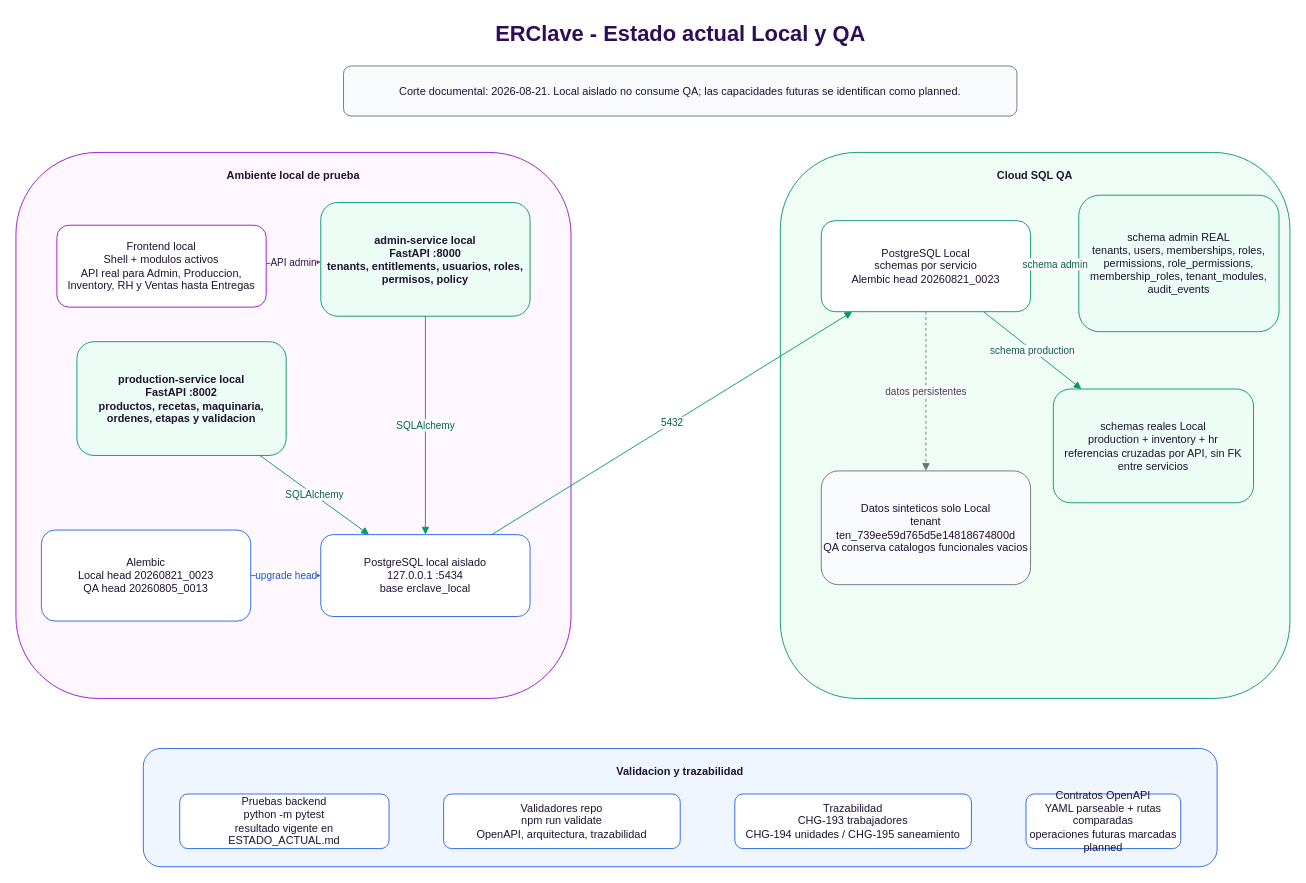
Above: docs/arquitectura/diagramas/estado_actual_backend_mvp.drawio in ChemaPsan/eslaclave-erclave (draw.io), before the change. Source tidied: cells renumbered, new cells numbered last; positions are measured from the earlier drawing's top-left corner, leaving out a move shared by most shapes. Both pictures are drawn from the tidied source at 91%, with x=0, y=0 at pixel (15, 15).
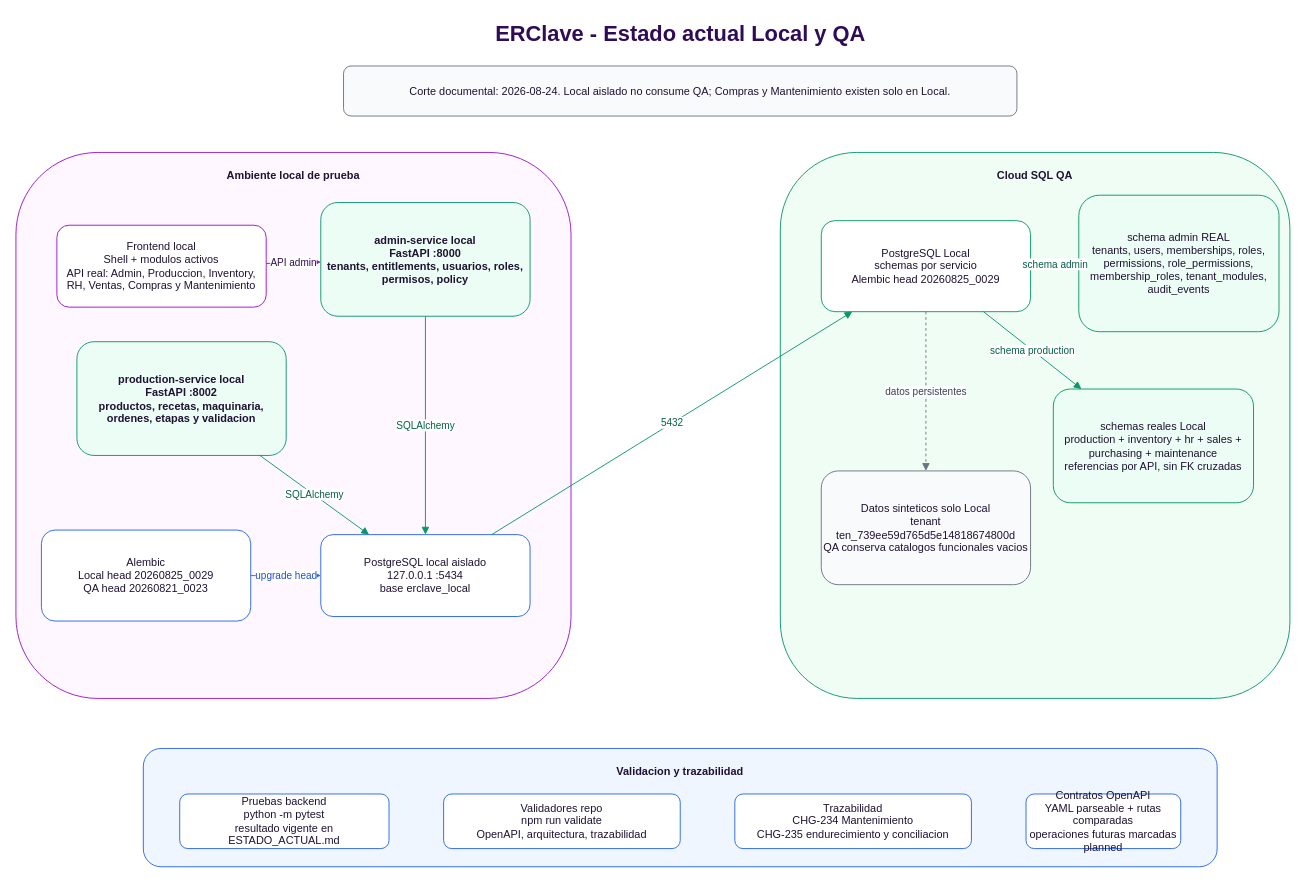
Above is the later version.

Diff of the diagram source:
```diff
@@
-    <mxCell id="3" value="Corte documental: 2026-08-21. Local aislado no consume QA; las capacidades futuras se identifican como planned." style="rounded=1;whiteSpace=wrap;html=1;fillColor=#F9FAFB;strokeColor=#6B7280;fontColor=#1F1233;align=center;spacing=10;" parent="1" vertex="1">
+    <mxCell id="3" value="Corte documental: 2026-08-24. Local aislado no consume QA; Compras y Mantenimiento existen solo en Local." style="rounded=1;whiteSpace=wrap;html=1;fillColor=#F9FAFB;strokeColor=#6B7280;fontColor=#1F1233;align=center;spacing=10;" parent="1" vertex="1">
       <mxGeometry x="360" y="55" width="740" height="55" as="geometry" />
     </mxCell>
@@
-    <mxCell id="7" value="Frontend local&#10;Shell + modulos activos&#10;API real para Admin, Produccion, Inventory, RH y Ventas hasta Entregas" style="rounded=1;whiteSpace=wrap;html=1;fillColor=#FFFFFF;strokeColor=#9B0FC9;fontColor=#1F1233;" parent="1" vertex="1">
+    <mxCell id="7" value="Frontend local&#10;Shell + modulos activos&#10;API real: Admin, Produccion, Inventory, RH, Ventas, Compras y Mantenimiento" style="rounded=1;whiteSpace=wrap;html=1;fillColor=#FFFFFF;strokeColor=#9B0FC9;fontColor=#1F1233;" parent="1" vertex="1">
       <mxGeometry x="45" y="230" width="230" height="90" as="geometry" />
     </mxCell>
@@
-    <mxCell id="11" value="PostgreSQL Local&#10;schemas por servicio&#10;Alembic head 20260821_0023" style="rounded=1;whiteSpace=wrap;html=1;fillColor=#FFFFFF;strokeColor=#059669;fontColor=#1F1233;" parent="1" vertex="1">
+    <mxCell id="11" value="PostgreSQL Local&#10;schemas por servicio&#10;Alembic head 20260825_0029" style="rounded=1;whiteSpace=wrap;html=1;fillColor=#FFFFFF;strokeColor=#059669;fontColor=#1F1233;" parent="1" vertex="1">
       <mxGeometry x="885" y="225" width="230" height="100" as="geometry" />
     </mxCell>
@@
-    <mxCell id="13" value="schemas reales Local&#10;production + inventory + hr&#10;referencias cruzadas por API, sin FK entre servicios" style="rounded=1;whiteSpace=wrap;html=1;fillColor=#ECFDF5;strokeColor=#059669;fontColor=#1F1233;" parent="1" vertex="1">
+    <mxCell id="13" value="schemas reales Local&#10;production + inventory + hr + sales + purchasing + maintenance&#10;referencias por API, sin FK cruzadas" style="rounded=1;whiteSpace=wrap;html=1;fillColor=#ECFDF5;strokeColor=#059669;fontColor=#1F1233;" parent="1" vertex="1">
       <mxGeometry x="1140" y="410" width="220" height="125" as="geometry" />
     </mxCell>
@@
-    <mxCell id="15" value="Alembic&#10;Local head 20260821_0023&#10;QA head 20260805_0013" style="rounded=1;whiteSpace=wrap;html=1;fillColor=#FFFFFF;strokeColor=#2563EB;fontColor=#1F1233;" parent="1" vertex="1">
+    <mxCell id="15" value="Alembic&#10;Local head 20260825_0029&#10;QA head 20260821_0023" style="rounded=1;whiteSpace=wrap;html=1;fillColor=#FFFFFF;strokeColor=#2563EB;fontColor=#1F1233;" parent="1" vertex="1">
       <mxGeometry x="28" y="565" width="230" height="100" as="geometry" />
     </mxCell>
@@
-    <mxCell id="18" value="Trazabilidad&#10;CHG-193 trabajadores&#10;CHG-194 unidades / CHG-195 saneamiento" style="rounded=1;whiteSpace=wrap;html=1;fillColor=#FFFFFF;strokeColor=#2563EB;fontColor=#1F1233;" parent="1" vertex="1">
+    <mxCell id="18" value="Trazabilidad&#10;CHG-234 Mantenimiento&#10;CHG-235 endurecimiento y conciliacion" style="rounded=1;whiteSpace=wrap;html=1;fillColor=#FFFFFF;strokeColor=#2563EB;fontColor=#1F1233;" parent="1" vertex="1">
       <mxGeometry x="790" y="855" width="260" height="60" as="geometry" />
     </mxCell>
```
